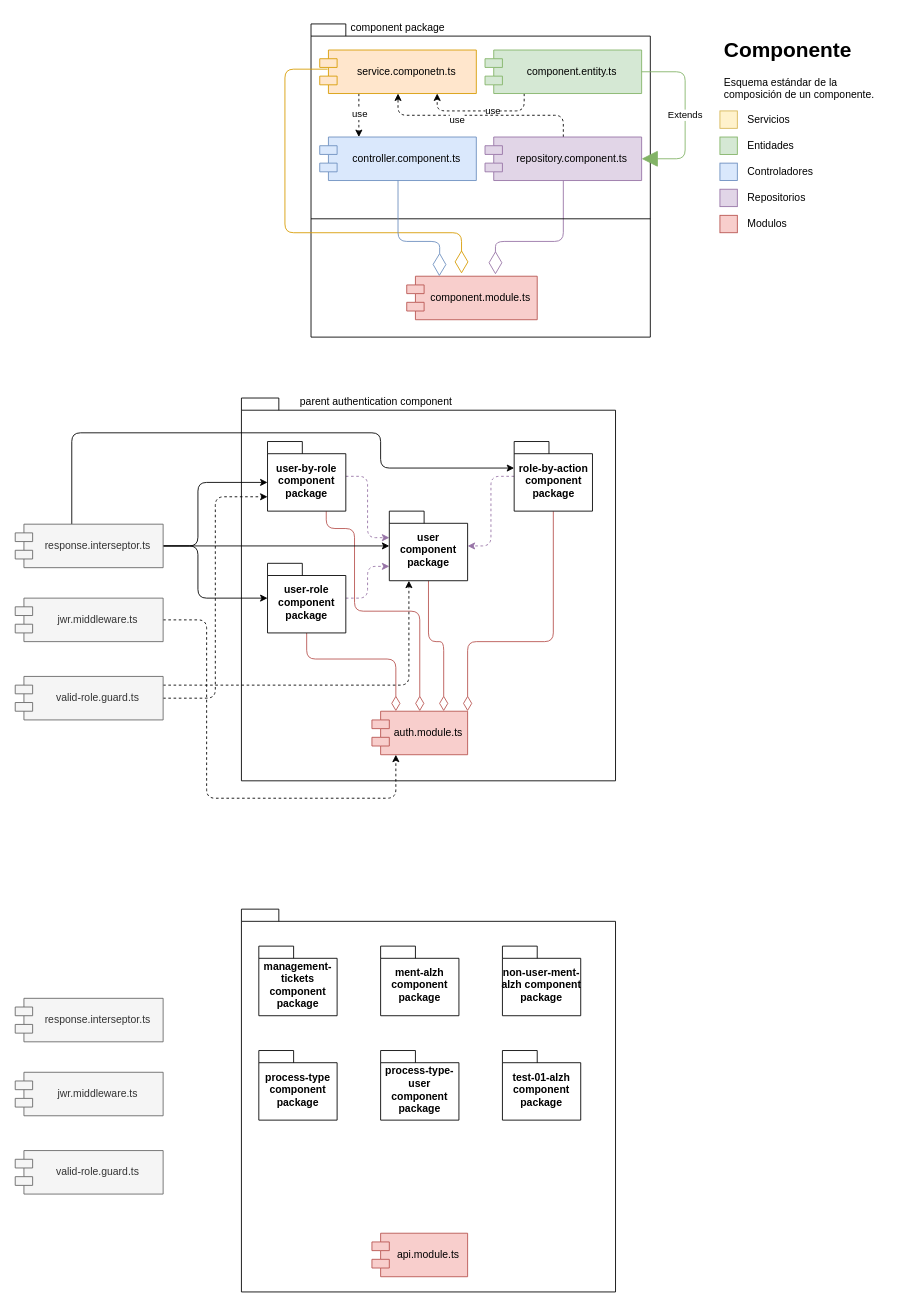
This is Diagrama_componentes.drawio from davinzifc/diagrams, a draw.io file, before an edit. Source tidied: cells renumbered, new cells numbered last; positions are measured from the earlier drawing's top-left corner, leaving out a move shared by most shapes. Both pictures are drawn from the tidied source at 87%, with x=0, y=0 at pixel (15, 15).
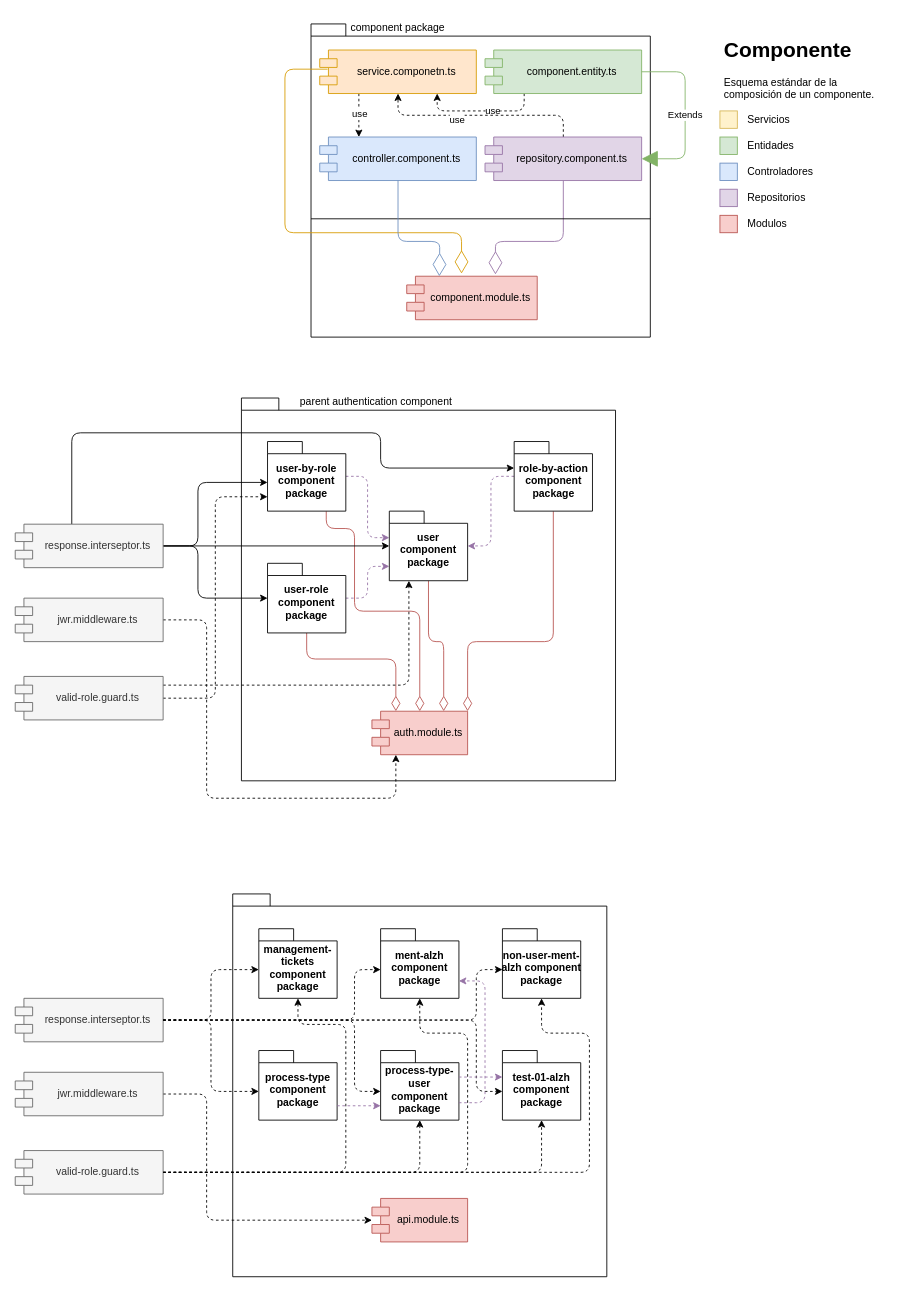
Above is the later version.

The change refers to these unchanged cells:
```xml
<mxCell id="56" value="response.interseptor.ts" style="shape=module;align=left;spacingLeft=20;align=center;verticalAlign=middle;whiteSpace=wrap;html=1;fillColor=#f5f5f5;strokeColor=#666666;fontColor=#333333;" parent="1" vertex="1">
  <mxGeometry y="1130" width="170" height="50" as="geometry" />
</mxCell>
<mxCell id="57" value="jwr.middleware.ts" style="shape=module;align=left;spacingLeft=20;align=center;verticalAlign=middle;whiteSpace=wrap;html=1;fillColor=#f5f5f5;fontColor=#333333;strokeColor=#666666;" parent="1" vertex="1">
  <mxGeometry y="1215" width="170" height="50" as="geometry" />
</mxCell>
<mxCell id="58" value="valid-role.guard.ts" style="shape=module;align=left;spacingLeft=20;align=center;verticalAlign=middle;whiteSpace=wrap;html=1;fillColor=#f5f5f5;fontColor=#333333;strokeColor=#666666;" parent="1" vertex="1">
  <mxGeometry y="1305" width="170" height="50" as="geometry" />
</mxCell>
<mxCell id="63" value="process-type component package" style="shape=folder;fontStyle=1;spacingTop=10;tabWidth=40;tabHeight=14;tabPosition=left;html=1;whiteSpace=wrap;" parent="1" vertex="1">
  <mxGeometry x="280" y="1190" width="90" height="80" as="geometry" />
</mxCell>
<mxCell id="64" value="process-type-user component package" style="shape=folder;fontStyle=1;spacingTop=10;tabWidth=40;tabHeight=14;tabPosition=left;html=1;whiteSpace=wrap;" parent="1" vertex="1">
  <mxGeometry x="420" y="1190" width="90" height="80" as="geometry" />
</mxCell>
<mxCell id="65" value="test-01-alzh component package" style="shape=folder;fontStyle=1;spacingTop=10;tabWidth=40;tabHeight=14;tabPosition=left;html=1;whiteSpace=wrap;" parent="1" vertex="1">
  <mxGeometry x="560" y="1190" width="90" height="80" as="geometry" />
</mxCell>
```

What changed in the source:
```diff
@@
     <mxCell id="55" style="shape=folder;fontStyle=1;spacingTop=10;tabWidth=40;tabHeight=14;tabPosition=left;html=1;whiteSpace=wrap;" parent="1" vertex="1">
-      <mxGeometry x="260" y="1027.5" width="430" height="440" as="geometry" />
+      <mxGeometry x="250" y="1010" width="430" height="440" as="geometry" />
     </mxCell>
@@
+    <mxCell id="66" style="edgeStyle=orthogonalEdgeStyle;rounded=1;jettySize=auto;html=1;dashed=1;" parent="1" edge="1" source="57" target="59">
+      <mxGeometry relative="1" as="geometry">
+        <Array as="points">
+          <mxPoint x="220" y="1240" />
+          <mxPoint x="220" y="1385" />
+        </Array>
+      </mxGeometry>
+    </mxCell>
@@
+    <mxCell id="67" style="edgeStyle=orthogonalEdgeStyle;rounded=1;jettySize=auto;html=1;dashed=1;" parent="1" edge="1" source="58" target="65">
+      <mxGeometry relative="1" as="geometry" />
+    </mxCell>
@@
     <mxCell id="59" value="api.module.ts" style="shape=module;align=left;spacingLeft=20;align=center;verticalAlign=middle;whiteSpace=wrap;html=1;fillColor=#f8cecc;strokeColor=#b85450;" parent="1" vertex="1">
-      <mxGeometry x="410" y="1400" width="110" height="50" as="geometry" />
+      <mxGeometry x="410" y="1360" width="110" height="50" as="geometry" />
     </mxCell>
     <mxCell id="60" value="management-tickets component package" style="shape=folder;fontStyle=1;spacingTop=10;tabWidth=40;tabHeight=14;tabPosition=left;html=1;whiteSpace=wrap;" parent="1" vertex="1">
-      <mxGeometry x="280" y="1070" width="90" height="80" as="geometry" />
+      <mxGeometry x="280" y="1050" width="90" height="80" as="geometry" />
     </mxCell>
     <mxCell id="61" value="ment-alzh component package" style="shape=folder;fontStyle=1;spacingTop=10;tabWidth=40;tabHeight=14;tabPosition=left;html=1;whiteSpace=wrap;" parent="1" vertex="1">
-      <mxGeometry x="420" y="1070" width="90" height="80" as="geometry" />
+      <mxGeometry x="420" y="1050" width="90" height="80" as="geometry" />
     </mxCell>
     <mxCell id="62" value="non-user-ment-alzh&amp;nbsp;component package" style="shape=folder;fontStyle=1;spacingTop=10;tabWidth=40;tabHeight=14;tabPosition=left;html=1;whiteSpace=wrap;" parent="1" vertex="1">
-      <mxGeometry x="560" y="1070" width="90" height="80" as="geometry" />
+      <mxGeometry x="560" y="1050" width="90" height="80" as="geometry" />
     </mxCell>
@@
+    <mxCell id="68" style="edgeStyle=orthogonalEdgeStyle;rounded=1;jettySize=auto;html=1;entryX=0;entryY=0;entryDx=0;entryDy=47;entryPerimeter=0;dashed=1;" parent="1" edge="1" source="56" target="63">
+      <mxGeometry relative="1" as="geometry" />
+    </mxCell>
+    <mxCell id="69" style="edgeStyle=orthogonalEdgeStyle;rounded=1;jettySize=auto;html=1;entryX=0;entryY=0;entryDx=0;entryDy=47;entryPerimeter=0;dashed=1;" parent="1" edge="1" source="56" target="60">
+      <mxGeometry relative="1" as="geometry" />
+    </mxCell>
+    <mxCell id="70" style="edgeStyle=orthogonalEdgeStyle;rounded=1;jettySize=auto;html=1;entryX=0;entryY=0;entryDx=0;entryDy=47;entryPerimeter=0;dashed=1;" parent="1" edge="1" source="56" target="64">
+      <mxGeometry relative="1" as="geometry">
+        <Array as="points">
+          <mxPoint x="390" y="1155" />
+          <mxPoint x="390" y="1237" />
+        </Array>
+      </mxGeometry>
+    </mxCell>
+    <mxCell id="71" style="edgeStyle=orthogonalEdgeStyle;rounded=1;jettySize=auto;html=1;entryX=0;entryY=0;entryDx=0;entryDy=47;entryPerimeter=0;dashed=1;" parent="1" edge="1" source="56" target="61">
+      <mxGeometry relative="1" as="geometry">
+        <Array as="points">
+          <mxPoint x="390" y="1155" />
+          <mxPoint x="390" y="1097" />
+        </Array>
+      </mxGeometry>
+    </mxCell>
+    <mxCell id="72" style="edgeStyle=orthogonalEdgeStyle;rounded=1;jettySize=auto;html=1;entryX=0;entryY=0;entryDx=0;entryDy=47;entryPerimeter=0;dashed=1;" parent="1" edge="1" source="56" target="65">
+      <mxGeometry relative="1" as="geometry">
+        <Array as="points">
+          <mxPoint x="530" y="1155" />
+          <mxPoint x="530" y="1237" />
+        </Array>
+      </mxGeometry>
+    </mxCell>
+    <mxCell id="73" style="edgeStyle=orthogonalEdgeStyle;rounded=1;jettySize=auto;html=1;entryX=0;entryY=0;entryDx=0;entryDy=47;entryPerimeter=0;dashed=1;" parent="1" edge="1" source="56" target="62">
+      <mxGeometry relative="1" as="geometry">
+        <Array as="points">
+          <mxPoint x="530" y="1155" />
+          <mxPoint x="530" y="1097" />
+        </Array>
+      </mxGeometry>
+    </mxCell>
+    <mxCell id="74" style="edgeStyle=orthogonalEdgeStyle;rounded=1;jettySize=auto;html=1;entryX=0.5;entryY=1;entryDx=0;entryDy=0;entryPerimeter=0;dashed=1;" parent="1" edge="1" source="58" target="64">
+      <mxGeometry relative="1" as="geometry" />
+    </mxCell>
+    <mxCell id="75" style="edgeStyle=orthogonalEdgeStyle;rounded=1;jettySize=auto;html=1;entryX=0.5;entryY=1;entryDx=0;entryDy=0;entryPerimeter=0;dashed=1;" parent="1" edge="1" source="58" target="61">
+      <mxGeometry relative="1" as="geometry">
+        <Array as="points">
+          <mxPoint x="520" y="1330" />
+          <mxPoint x="520" y="1170" />
+          <mxPoint x="465" y="1170" />
+        </Array>
+      </mxGeometry>
+    </mxCell>
+    <mxCell id="76" style="edgeStyle=orthogonalEdgeStyle;rounded=1;jettySize=auto;html=1;entryX=0.5;entryY=1;entryDx=0;entryDy=0;entryPerimeter=0;dashed=1;" parent="1" edge="1" source="58" target="62">
+      <mxGeometry relative="1" as="geometry">
+        <Array as="points">
+          <mxPoint x="660" y="1330" />
+          <mxPoint x="660" y="1170" />
+          <mxPoint x="605" y="1170" />
+        </Array>
+      </mxGeometry>
+    </mxCell>
+    <mxCell id="77" style="edgeStyle=orthogonalEdgeStyle;rounded=1;jettySize=auto;html=1;entryX=0.5;entryY=1;entryDx=0;entryDy=0;entryPerimeter=0;dashed=1;" parent="1" edge="1" source="58" target="60">
+      <mxGeometry relative="1" as="geometry">
+        <Array as="points">
+          <mxPoint x="380" y="1330" />
+          <mxPoint x="380" y="1160" />
+          <mxPoint x="325" y="1160" />
+        </Array>
+      </mxGeometry>
+    </mxCell>
+    <mxCell id="78" style="edgeStyle=orthogonalEdgeStyle;rounded=0;jettySize=auto;html=1;exitX=0;exitY=0;exitDx=90;exitDy=30.5;exitPerimeter=0;entryX=0;entryY=0;entryDx=0;entryDy=30.5;entryPerimeter=0;fillColor=#e1d5e7;strokeColor=#9673a6;dashed=1;" parent="1" edge="1" source="64" target="65">
+      <mxGeometry relative="1" as="geometry" />
+    </mxCell>
+    <mxCell id="79" style="edgeStyle=orthogonalEdgeStyle;rounded=1;jettySize=auto;html=1;fillColor=#e1d5e7;strokeColor=#9673a6;dashed=1;" parent="1" edge="1" source="64">
+      <mxGeometry relative="1" as="geometry">
+        <mxPoint x="510" y="1110" as="targetPoint" />
+        <Array as="points">
+          <mxPoint x="540" y="1250" />
+          <mxPoint x="540" y="1110" />
+          <mxPoint x="510" y="1110" />
+        </Array>
+      </mxGeometry>
+    </mxCell>
+    <mxCell id="80" style="edgeStyle=orthogonalEdgeStyle;rounded=0;jettySize=auto;html=1;exitX=0;exitY=0;exitDx=90;exitDy=63.5;exitPerimeter=0;entryX=0;entryY=0;entryDx=0;entryDy=63.5;entryPerimeter=0;fillColor=#e1d5e7;strokeColor=#9673a6;dashed=1;" parent="1" edge="1" source="63" target="64">
+      <mxGeometry relative="1" as="geometry" />
+    </mxCell>
```
